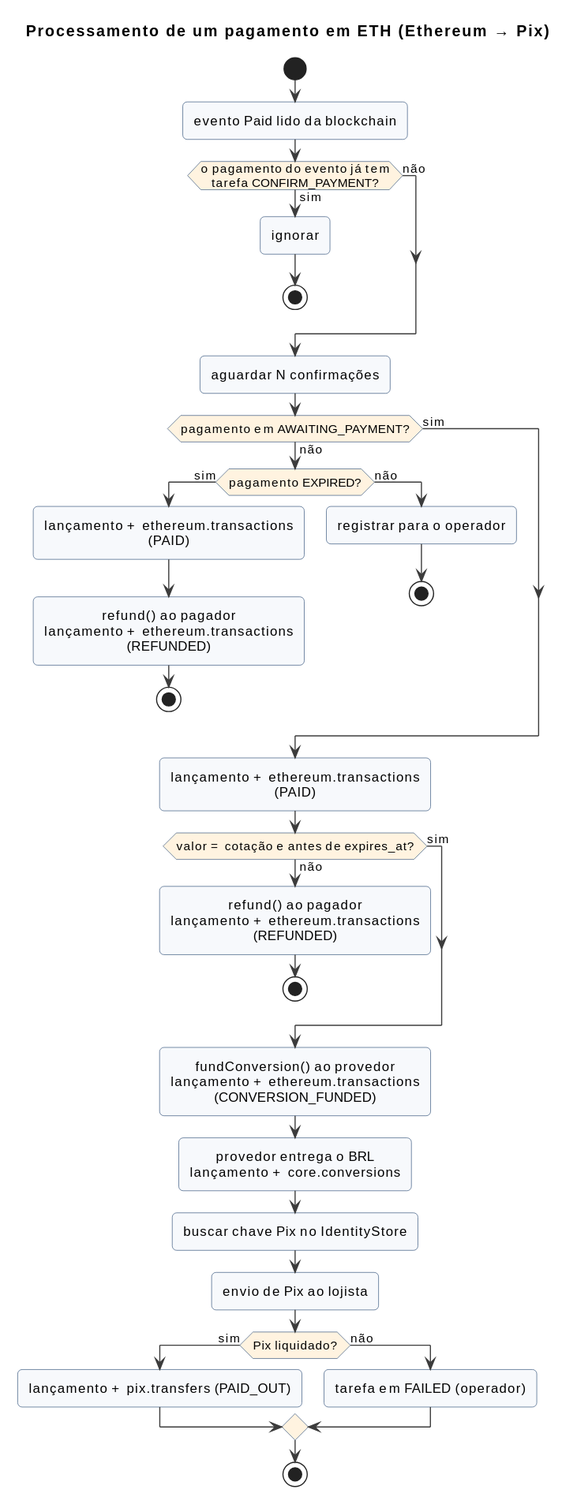
Before: docs/diagrams/svg/fluxos/atv-deposito-ethereum.svg, a diagram exported from PlantUML (BrunoViotto18/Pixeth).
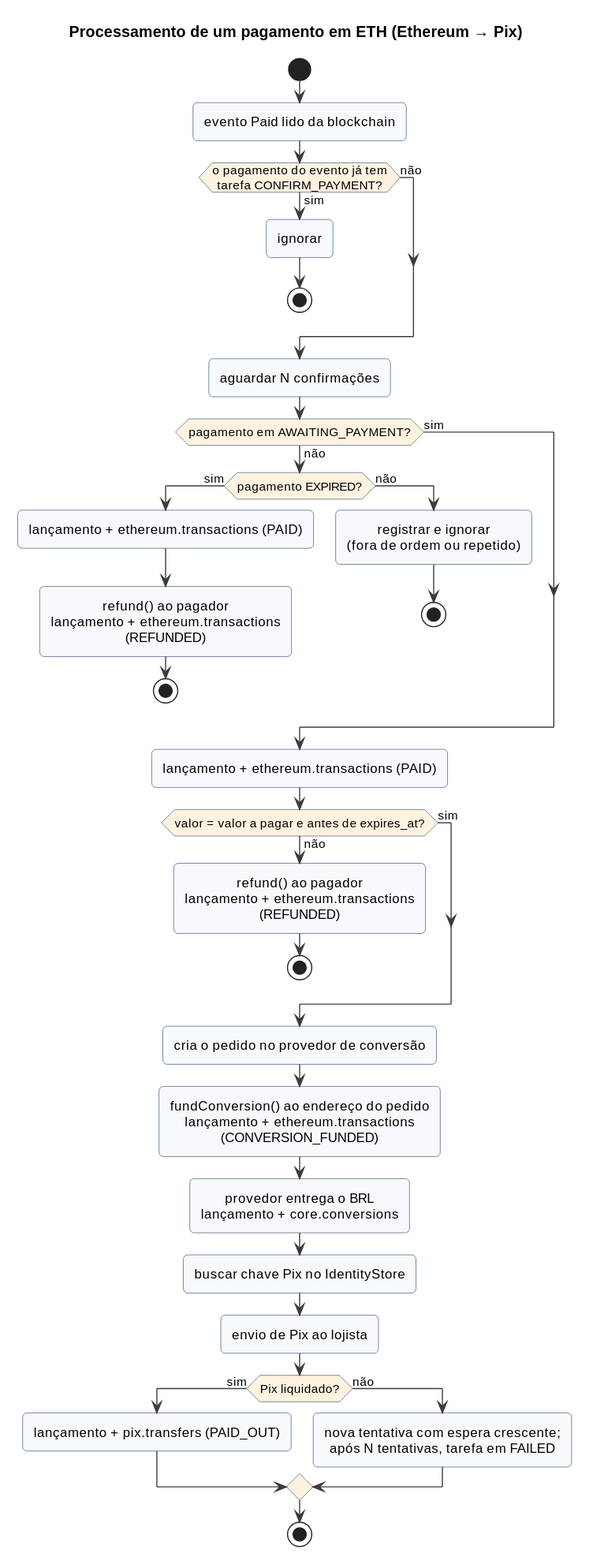
Later version of the same file.

What changed in the source:
```diff
@@ -17,25 +17,26 @@
     :refund() ao pagador\nlançamento + ethereum.transactions (REFUNDED);
     stop
   else (não)
-    :registrar para o operador;
+    :registrar e ignorar\n(fora de ordem ou repetido);
     stop
   endif
 else (sim)
 endif
 :lançamento + ethereum.transactions (PAID);
-if (valor = cotação e antes de expires_at?) then (não)
+if (valor = valor a pagar e antes de expires_at?) then (não)
   :refund() ao pagador\nlançamento + ethereum.transactions (REFUNDED);
   stop
 else (sim)
 endif
-:fundConversion() ao provedor\nlançamento + ethereum.transactions (CONVERSION_FUNDED);
+:cria o pedido no provedor de conversão;
+:fundConversion() ao endereço do pedido\nlançamento + ethereum.transactions (CONVERSION_FUNDED);
 :provedor entrega o BRL\nlançamento + core.conversions;
 :buscar chave Pix no IdentityStore;
 :envio de Pix ao lojista;
 if (Pix liquidado?) then (sim)
   :lançamento + pix.transfers (PAID_OUT);
 else (não)
-  :tarefa em FAILED (operador);
+  :nova tentativa com espera crescente;\napós N tentativas, tarefa em FAILED;
 endif
 stop
 @enduml
```
